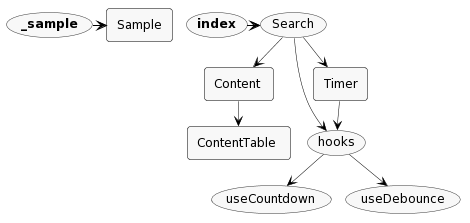
Above: docs-components.png in ibarapascal/netsearch (PlantUML), before the change. Its diagram source:
```plantuml
@startuml

scale max 1920 width
top to bottom direction

skinparam nodesep 13
skinparam ranksep 25
skinparam monochrome true
skinparam shadowing false
skinparam defaultFontName Tahoma
skinparam defaultFontSize 12
skinparam roundCorner 6
skinparam dpi 150
skinparam arrowColor black
skinparam arrowThickness 0.5
skinparam packageTitleAlignment left

skinparam usecase {
  borderThickness 0.5
}

skinparam rectangle {
  borderThickness 0.5
}

skinparam component {
  borderThickness 1
}


(<b>_sample</b>)
rectangle "Content" as _Content
rectangle "ContentTable" as _ContentTable
(hooks)
(<b>index</b>)
rectangle "Sample" as _Sample
(Search)
rectangle "Timer" as _Timer
(useCountdown)
(useDebounce)


(<b>_sample</b>) -[thickness=1]> _Sample
_Content --> _ContentTable
(hooks) --> (useCountdown)
(hooks) --> (useDebounce)
(<b>index</b>) -[thickness=1]> (Search)
(Search) --> _Content
(Search) --> (hooks)
(Search) --> _Timer
_Timer --> (hooks)

@enduml
```
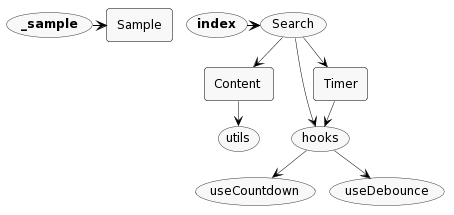
After the commit.

Change to the diagram source:
```diff
@@ -30,7 +30,6 @@
 
 (<b>_sample</b>)
 rectangle "Content" as _Content
-rectangle "ContentTable" as _ContentTable
 (hooks)
 (<b>index</b>)
 rectangle "Sample" as _Sample
@@ -38,10 +37,11 @@
 rectangle "Timer" as _Timer
 (useCountdown)
 (useDebounce)
+(utils)
 
 
 (<b>_sample</b>) -[thickness=1]> _Sample
-_Content --> _ContentTable
+_Content --> (utils)
 (hooks) --> (useCountdown)
 (hooks) --> (useDebounce)
 (<b>index</b>) -[thickness=1]> (Search)
```
